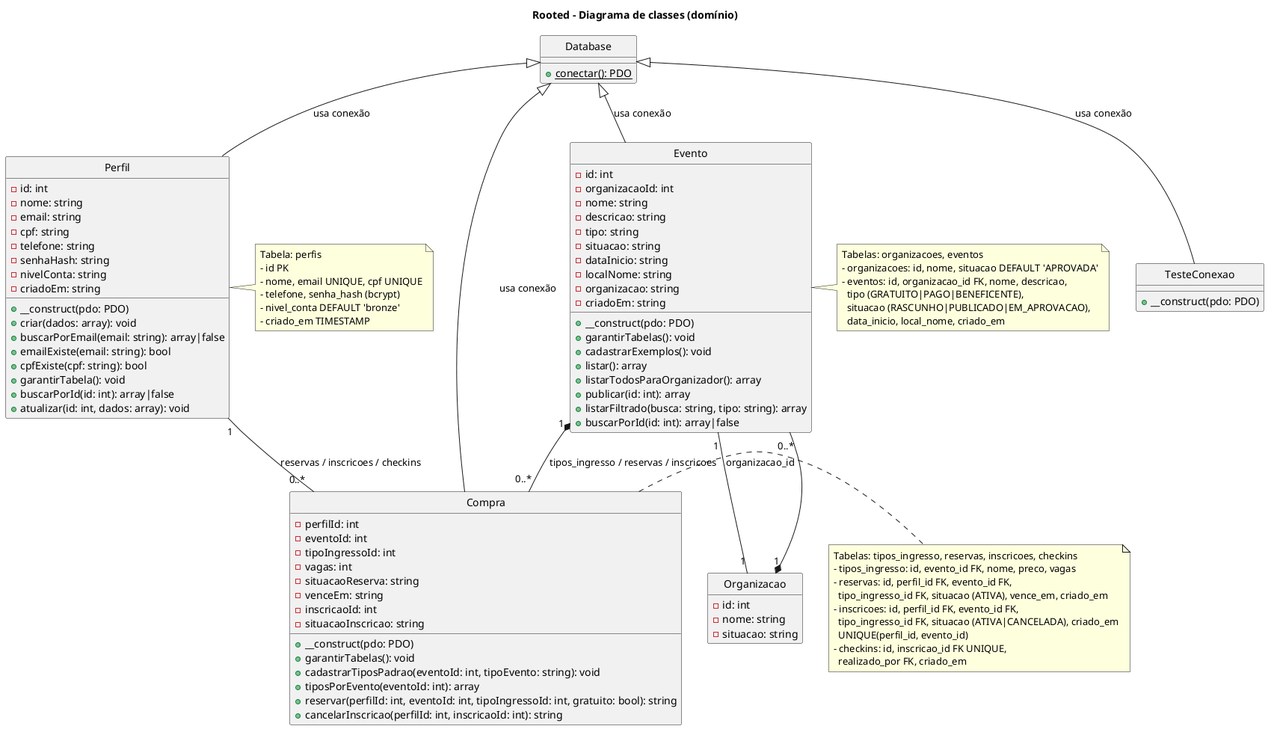
Above: docs/diagramas/images/classes/04-classes-dominio.png in paulothaylam/rooted-projeto (PlantUML), before the change.
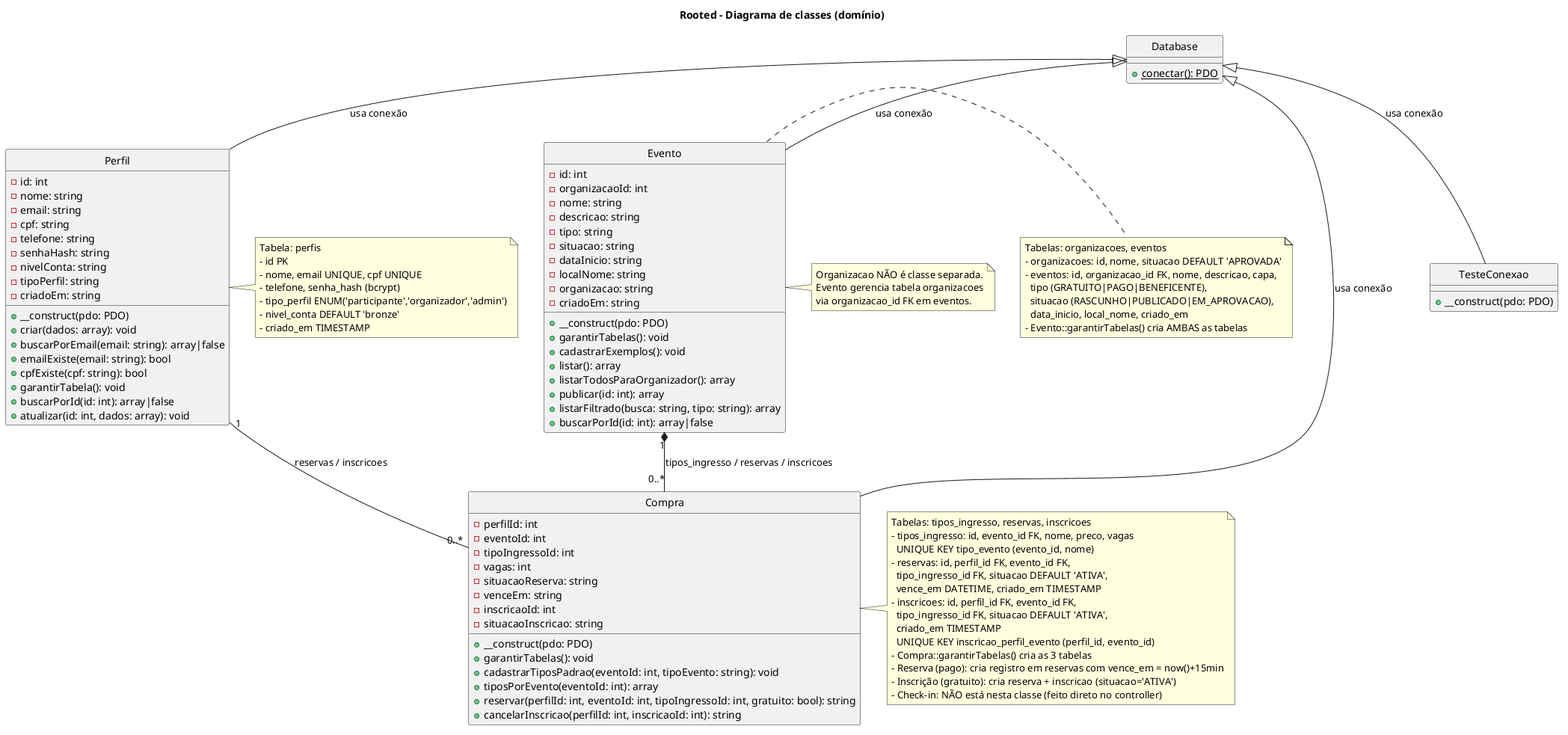
The same diagram one commit later.

Change to the diagram source:
```diff
@@ -15,6 +15,7 @@
   -telefone: string
   -senhaHash: string
   -nivelConta: string
+  -tipoPerfil: string
   -criadoEm: string
   +__construct(pdo: PDO)
   +criar(dados: array): void
@@ -73,6 +74,7 @@
   - id PK
   - nome, email UNIQUE, cpf UNIQUE
   - telefone, senha_hash (bcrypt)
+  - tipo_perfil ENUM('participante','organizador','admin')
   - nivel_conta DEFAULT 'bronze'
   - criado_em TIMESTAMP
 end note
@@ -80,22 +82,28 @@
 note right of Evento
   Tabelas: organizacoes, eventos
   - organizacoes: id, nome, situacao DEFAULT 'APROVADA'
-  - eventos: id, organizacao_id FK, nome, descricao,
+  - eventos: id, organizacao_id FK, nome, descricao, capa,
     tipo (GRATUITO|PAGO|BENEFICENTE),
     situacao (RASCUNHO|PUBLICADO|EM_APROVACAO),
     data_inicio, local_nome, criado_em
+  - Evento::garantirTabelas() cria AMBAS as tabelas
 end note
 
 note right of Compra
-  Tabelas: tipos_ingresso, reservas, inscricoes, checkins
+  Tabelas: tipos_ingresso, reservas, inscricoes
   - tipos_ingresso: id, evento_id FK, nome, preco, vagas
+    UNIQUE KEY tipo_evento (evento_id, nome)
   - reservas: id, perfil_id FK, evento_id FK,
-    tipo_ingresso_id FK, situacao (ATIVA), vence_em, criado_em
+    tipo_ingresso_id FK, situacao DEFAULT 'ATIVA',
+    vence_em DATETIME, criado_em TIMESTAMP
   - inscricoes: id, perfil_id FK, evento_id FK,
-    tipo_ingresso_id FK, situacao (ATIVA|CANCELADA), criado_em
-    UNIQUE(perfil_id, evento_id)
-  - checkins: id, inscricao_id FK UNIQUE,
-    realizado_por FK, criado_em
+    tipo_ingresso_id FK, situacao DEFAULT 'ATIVA',
+    criado_em TIMESTAMP
+    UNIQUE KEY inscricao_perfil_evento (perfil_id, evento_id)
+  - Compra::garantirTabelas() cria as 3 tabelas
+  - Reserva (pago): cria registro em reservas com vence_em = now()+15min
+  - Inscrição (gratuito): cria reserva + inscricao (situacao='ATIVA')
+  - Check-in: NÃO está nesta classe (feito direto no controller)
 end note
 
 Database <|-- Perfil : usa conexão
@@ -104,14 +112,12 @@
 Database <|-- TesteConexao : usa conexão
 
 Evento "1" *-- "0..*" Compra : tipos_ingresso / reservas / inscricoes
-Perfil "1" -- "0..*" Compra : reservas / inscricoes / checkins
-Evento "1" -- "1" Organizacao : organizacao_id
-Organizacao "1" *-- "0..*" Evento
+Perfil "1" -- "0..*" Compra : reservas / inscricoes
 
-class Organizacao {
-  -id: int
-  -nome: string
-  -situacao: string
-}
+note right of Evento
+  Organizacao NÃO é classe separada.
+  Evento gerencia tabela organizacoes
+  via organizacao_id FK em eventos.
+end note
 
 @enduml
```
